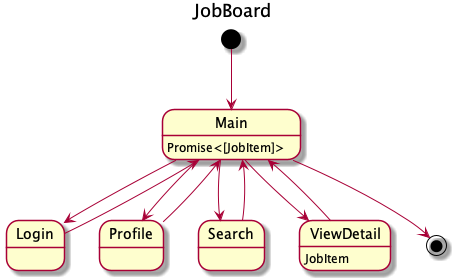
Earlier version of the PlantUML export RemoteBeesFlow/flow/src/main/flows/JobBoard.png (k10dev/RemoteBees).
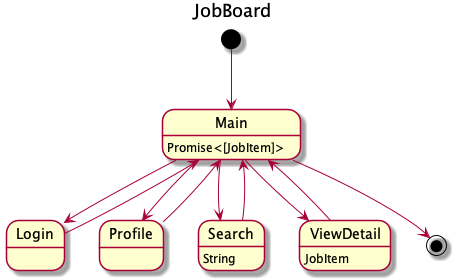
The same file after the commit.

Commit message:
Implement job search.

Diff of the diagram source:
```diff
@@ -17,6 +17,7 @@
 Main --> [*]
 
 ViewDetail: JobItem
+Search: String
 
 Main: Promise<[JobItem]>
 
```
